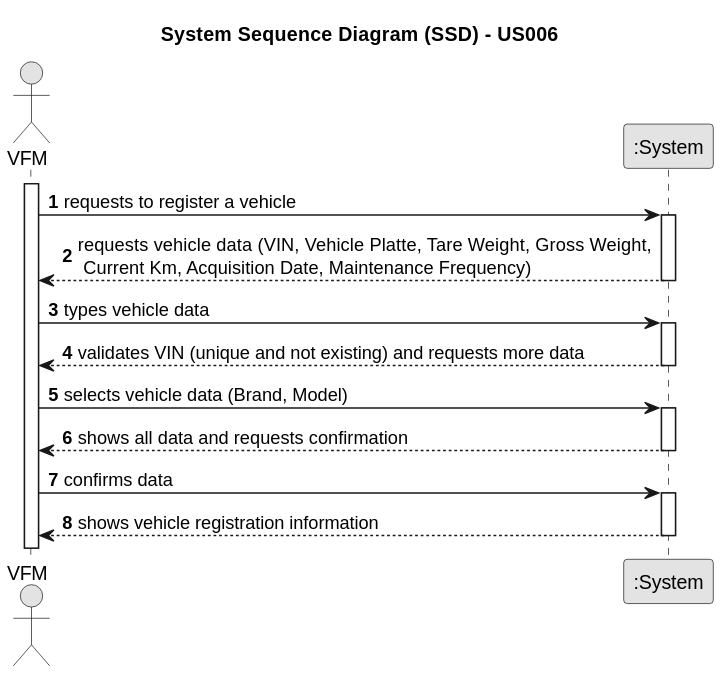
Earlier version of the PlantUML export docs/sprintB/us006/01.requirements-engineering/svg/us006-system-sequence-diagram-alternative-one.svg (ricardomm7/leaflink). Source of this version:
```plantuml
@startuml
skinparam monochrome true
skinparam packageStyle rectangle
skinparam shadowing false

title System Sequence Diagram (SSD) - US006

autonumber

actor "VFM" as VFM
participant ":System" as System

activate VFM

    VFM -> System : requests to register a vehicle
    activate System

        System --> VFM : requests vehicle data (VIN, Vehicle Platte, Tare Weight, Gross Weight,\n Current Km, Acquisition Date, Maintenance Frequency)
    deactivate System

    VFM -> System : types vehicle data
    activate System

        System --> VFM : validates VIN (unique and not existing) and requests more data
    deactivate System

    VFM -> System : selects vehicle data (Brand, Model)
        activate System

        System --> VFM : shows all data and requests confirmation
    deactivate System

    VFM -> System : confirms data
    activate System

        System --> VFM :  shows vehicle registration information
    deactivate System
@enduml
```
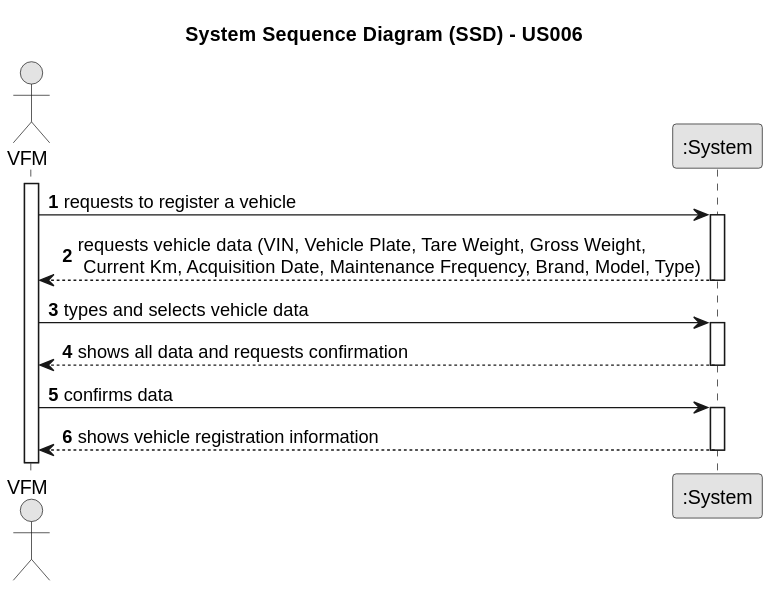
Above is the later version.

The edit, as a diff of the source:
```diff
@@ -15,17 +15,12 @@
     VFM -> System : requests to register a vehicle
     activate System
 
-        System --> VFM : requests vehicle data (VIN, Vehicle Platte, Tare Weight, Gross Weight,\n Current Km, Acquisition Date, Maintenance Frequency)
+        System --> VFM : requests vehicle data (VIN, Vehicle Plate, Tare Weight, Gross Weight,\n Current Km, Acquisition Date, Maintenance Frequency, Brand, Model, Type)
     deactivate System
 
-    VFM -> System : types vehicle data
+    VFM -> System : types and selects vehicle data
+
     activate System
-
-        System --> VFM : validates VIN (unique and not existing) and requests more data
-    deactivate System
-
-    VFM -> System : selects vehicle data (Brand, Model)
-        activate System
 
         System --> VFM : shows all data and requests confirmation
     deactivate System
```
